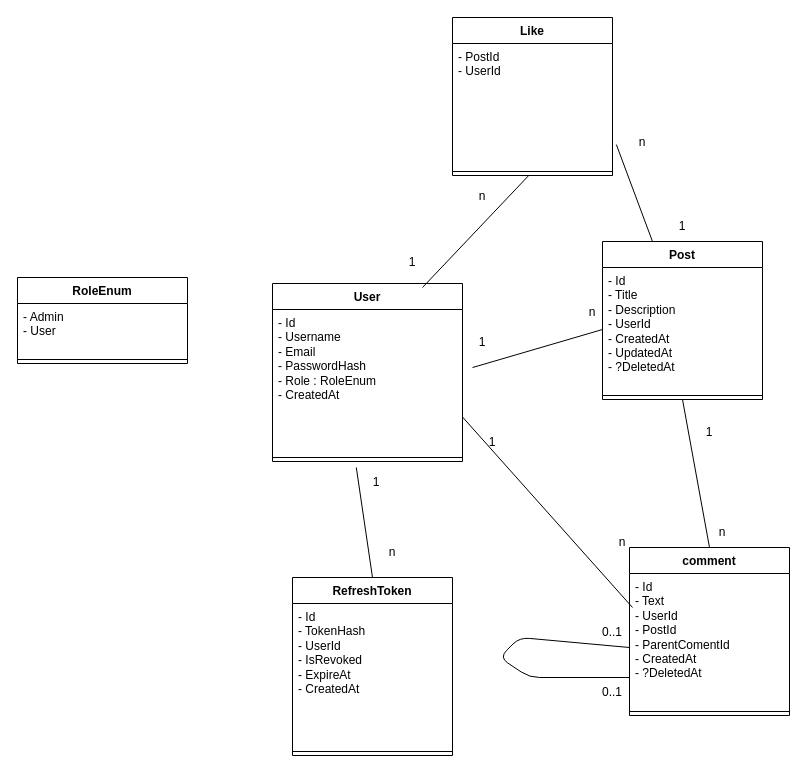
Stepabryunin/Blog keeps this draw.io diagram as Диаграмма классов.drawio. Above is the earlier version. Source tidied: cells renumbered, new cells numbered last; positions are measured from the earlier drawing's top-left corner, leaving out a move shared by most shapes. Both pictures are drawn from the tidied source at 100%, with x=0, y=0 at pixel (17, 17).
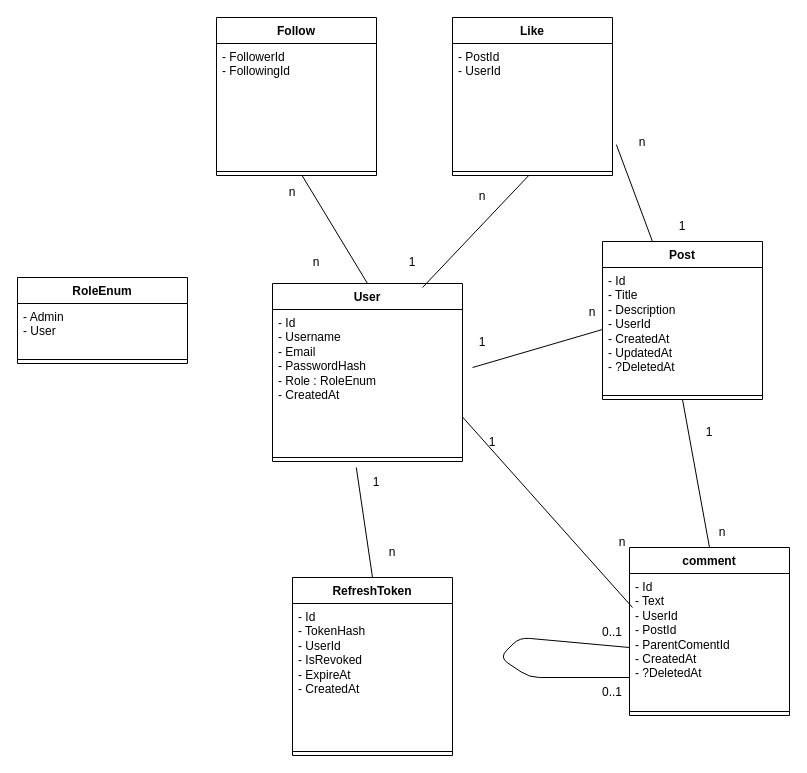
Above is the later version.

The change refers to these unchanged cells:
```xml
<mxCell id="2" value="User" style="swimlane;fontStyle=1;align=center;verticalAlign=top;horizontal=1;startSize=26;whiteSpace=wrap;html=1;" parent="1" vertex="1">
  <mxGeometry x="255" y="266" width="190" height="178" as="geometry" />
</mxCell>
```

The edit, as a diff of the source:
```diff
@@
+    <mxCell id="41" value="Follow" style="swimlane;fontStyle=1;align=center;verticalAlign=top;horizontal=1;startSize=26;whiteSpace=wrap;html=1;" parent="1" vertex="1">
+      <mxGeometry x="199" width="160" height="158" as="geometry" />
+    </mxCell>
+    <mxCell id="42" value="&lt;div&gt;- FollowerId&lt;/div&gt;&lt;div&gt;- FollowingId&lt;/div&gt;" style="text;strokeColor=none;fillColor=none;align=left;verticalAlign=top;spacingLeft=4;spacingRight=4;overflow=hidden;whiteSpace=wrap;html=1;" parent="41" vertex="1">
+      <mxGeometry y="26" width="160" height="124" as="geometry" />
+    </mxCell>
+    <mxCell id="43" style="line;strokeWidth=1;fillColor=none;align=left;verticalAlign=middle;spacingTop=-1;spacingLeft=3;spacingRight=3;labelPosition=right;points=[];portConstraint=eastwest;strokeColor=inherit;" parent="41" vertex="1">
+      <mxGeometry y="150" width="160" height="8" as="geometry" />
+    </mxCell>
+    <mxCell id="44" style="endArrow=none;html=1;rounded=0;entryX=0.535;entryY=1.01;entryDx=0;entryDy=0;entryPerimeter=0;exitX=0.5;exitY=0;exitDx=0;exitDy=0;" parent="1" edge="1" source="2" target="43">
+      <mxGeometry relative="1" as="geometry" />
+    </mxCell>
+    <mxCell id="45" value="n" style="text;html=1;whiteSpace=wrap;strokeColor=none;fillColor=none;align=center;verticalAlign=middle;rounded=0;" parent="1" vertex="1">
+      <mxGeometry x="245" y="160" width="60" height="30" as="geometry" />
+    </mxCell>
+    <mxCell id="46" value="n" style="text;html=1;whiteSpace=wrap;strokeColor=none;fillColor=none;align=center;verticalAlign=middle;rounded=0;" parent="1" vertex="1">
+      <mxGeometry x="269" y="230" width="60" height="30" as="geometry" />
+    </mxCell>
```
